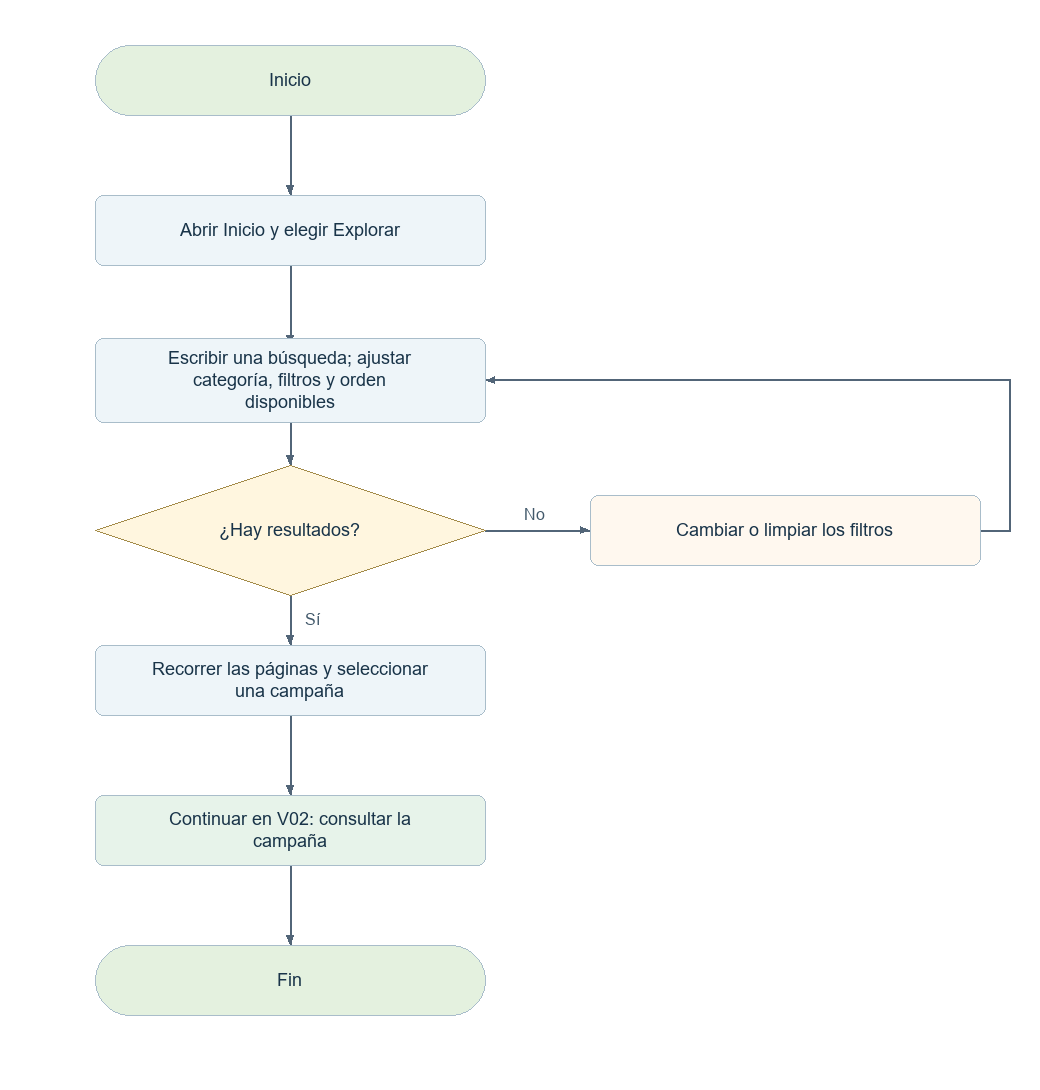
Before: docs/diagramas-web/png/V01.png, a diagram exported from Mermaid (elingeyesdev/t3-crowdfunding-inversion). Its source is kept beside it as docs/diagramas-web/mermaid/V01.mmd. Source of this version:
```mermaid
flowchart TD
  N0(["Inicio"])
  N0 --> N1
  N1["Abrir Inicio y elegir Explorar"]
  N1 --> N2
  N2["Escribir una búsqueda; ajustar categoría, filtros y orden disponibles"]
  N2 --> N3
  N3{"¿Hay resultados?"}
  N3 -->|"Sí"| N4
  B3["Cambiar o limpiar los filtros"]
  N3 -->|"No"| B3
  B3 --> N2
  N4["Recorrer las páginas y seleccionar una campaña"]
  N4 --> N5
  N5["Continuar en V02: consultar la campaña"]
  N5 --> N6
  N6(["Fin"])
```
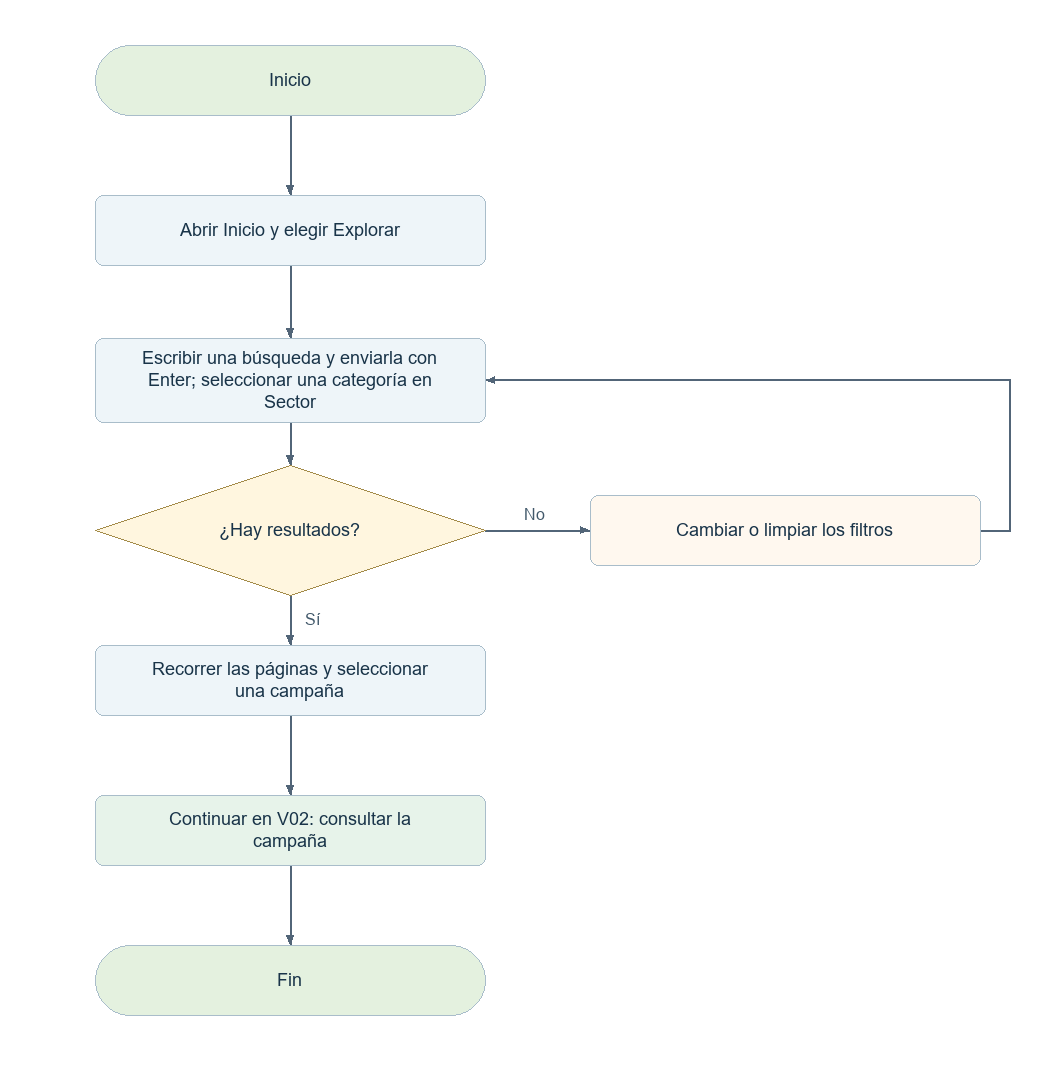
The same file after the commit.

Diff of the diagram source:
```diff
@@ -3,7 +3,7 @@
   N0 --> N1
   N1["Abrir Inicio y elegir Explorar"]
   N1 --> N2
-  N2["Escribir una búsqueda; ajustar categoría, filtros y orden disponibles"]
+  N2["Escribir una búsqueda y enviarla con Enter; seleccionar una categoría en Sector"]
   N2 --> N3
   N3{"¿Hay resultados?"}
   N3 -->|"Sí"| N4
```
